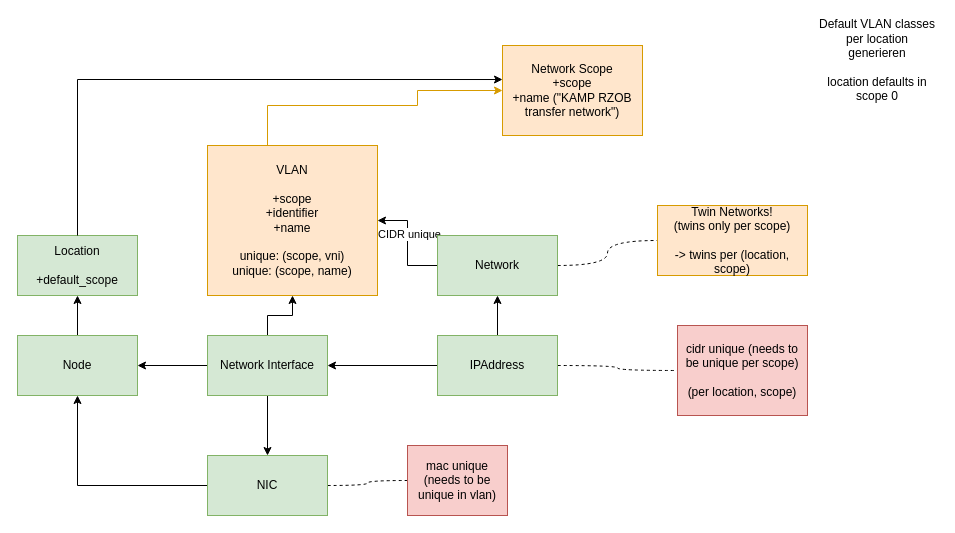
This is PL-132405 Freeform VLAN IDs.drawio from flyingcircusio/drawio, a draw.io file, before an edit. Source tidied: cells renumbered, new cells numbered last; positions are measured from the earlier drawing's top-left corner, leaving out a move shared by most shapes. Both pictures are drawn from the tidied source at 100%, with x=0, y=0 at pixel (17, 25).
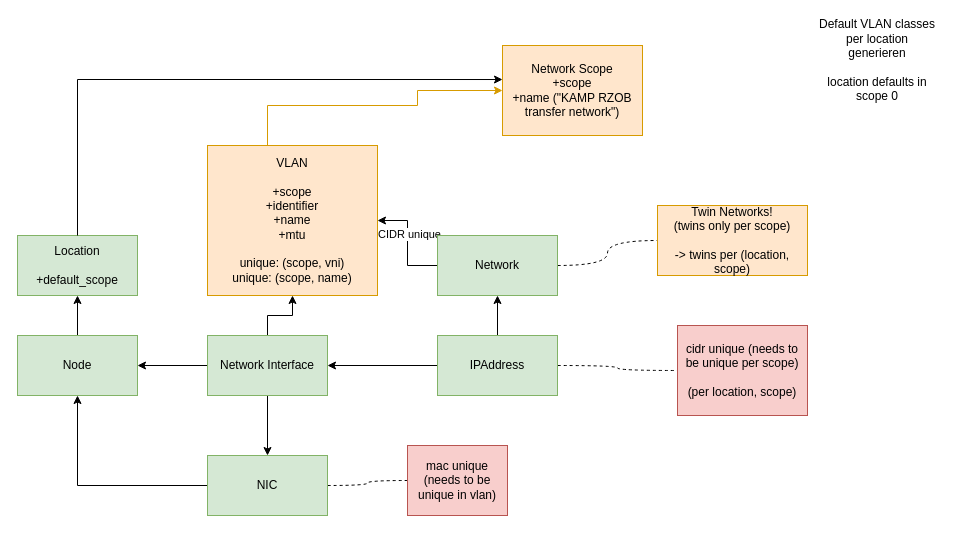
The same diagram, later.

The edit, as a diff of the source:
```diff
@@
-    <mxCell id="17" value="&lt;div&gt;VLAN&lt;br&gt;&lt;/div&gt;&lt;div&gt;&lt;br&gt;&lt;/div&gt;&lt;div&gt;+scope&lt;/div&gt;&lt;div&gt;+identifier&lt;/div&gt;&lt;div&gt;+name&lt;/div&gt;&lt;div&gt;&lt;br&gt;&lt;/div&gt;&lt;div&gt;unique: (scope, vni)&lt;/div&gt;&lt;div&gt;unique: (scope, name)&lt;br&gt;&lt;/div&gt;" style="rounded=0;whiteSpace=wrap;html=1;fillColor=#ffe6cc;strokeColor=#d79b00;" parent="1" vertex="1">
+    <mxCell id="17" value="&lt;div&gt;VLAN&lt;br&gt;&lt;/div&gt;&lt;div&gt;&lt;br&gt;&lt;/div&gt;&lt;div&gt;+scope&lt;/div&gt;&lt;div&gt;+identifier&lt;/div&gt;&lt;div&gt;+name&lt;/div&gt;&lt;div&gt;+mtu&lt;br&gt;&lt;/div&gt;&lt;div&gt;&lt;br&gt;&lt;/div&gt;&lt;div&gt;unique: (scope, vni)&lt;/div&gt;&lt;div&gt;unique: (scope, name)&lt;br&gt;&lt;/div&gt;" style="rounded=0;whiteSpace=wrap;html=1;fillColor=#ffe6cc;strokeColor=#d79b00;" parent="1" vertex="1">
       <mxGeometry x="190" y="120" width="170" height="150" as="geometry" />
     </mxCell>
```
